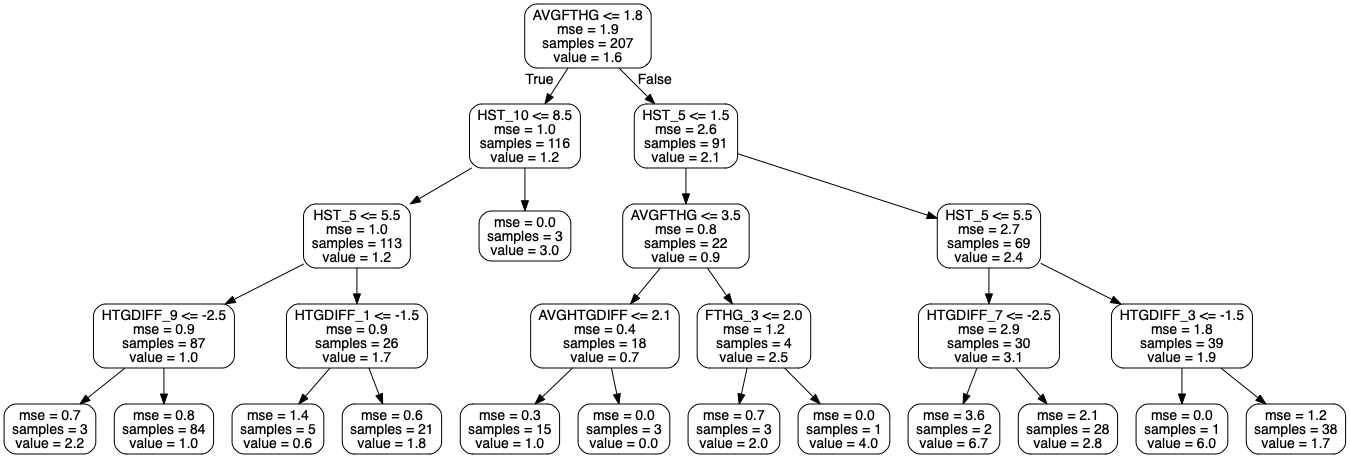
Before: small_tree_home.png, a diagram exported from Graphviz (nichohelmut/bookie). Its source is kept beside it as small_tree_home.dot.
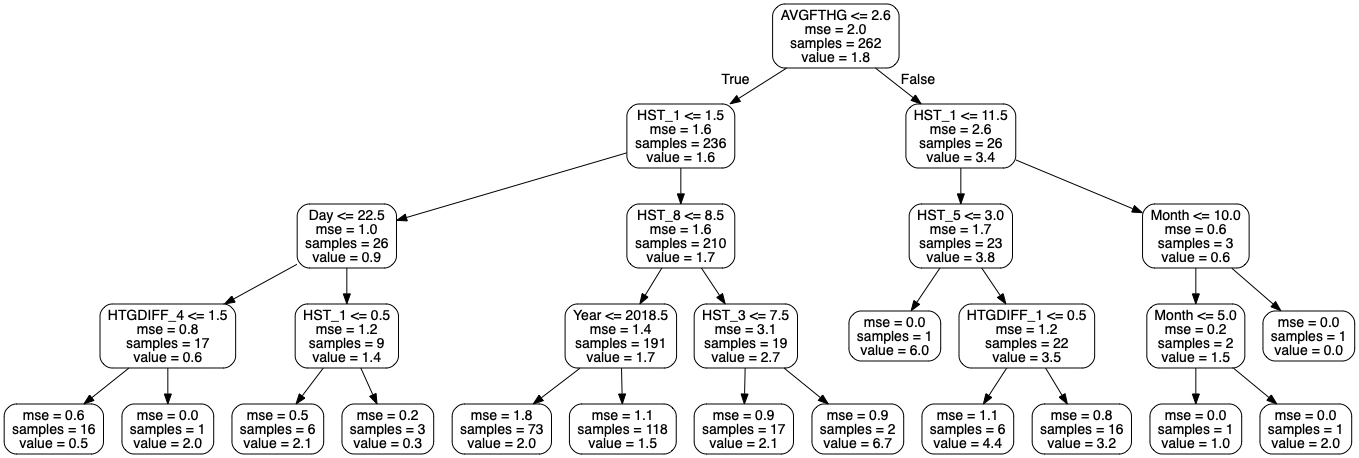
The same diagram one commit later.

The edit, as a diff of the source:
```diff
@@ -1,53 +1,57 @@
 digraph Tree {
 node [shape=box, style="rounded", color="black", fontname=helvetica] ;
 edge [fontname=helvetica] ;
-0 [label="AVGFTHG <= 1.8\nmse = 1.9\nsamples = 207\nvalue = 1.6"] ;
-1 [label="HST_10 <= 8.5\nmse = 1.0\nsamples = 116\nvalue = 1.2"] ;
+0 [label="AVGFTHG <= 2.6\nmse = 2.0\nsamples = 262\nvalue = 1.8"] ;
+1 [label="HST_1 <= 1.5\nmse = 1.6\nsamples = 236\nvalue = 1.6"] ;
 0 -> 1 [labeldistance=2.5, labelangle=45, headlabel="True"] ;
-2 [label="HST_5 <= 5.5\nmse = 1.0\nsamples = 113\nvalue = 1.2"] ;
+2 [label="Day <= 22.5\nmse = 1.0\nsamples = 26\nvalue = 0.9"] ;
 1 -> 2 ;
-3 [label="HTGDIFF_9 <= -2.5\nmse = 0.9\nsamples = 87\nvalue = 1.0"] ;
+3 [label="HTGDIFF_4 <= 1.5\nmse = 0.8\nsamples = 17\nvalue = 0.6"] ;
 2 -> 3 ;
-4 [label="mse = 0.7\nsamples = 3\nvalue = 2.2"] ;
+4 [label="mse = 0.6\nsamples = 16\nvalue = 0.5"] ;
 3 -> 4 ;
-5 [label="mse = 0.8\nsamples = 84\nvalue = 1.0"] ;
+5 [label="mse = 0.0\nsamples = 1\nvalue = 2.0"] ;
 3 -> 5 ;
-6 [label="HTGDIFF_1 <= -1.5\nmse = 0.9\nsamples = 26\nvalue = 1.7"] ;
+6 [label="HST_1 <= 0.5\nmse = 1.2\nsamples = 9\nvalue = 1.4"] ;
 2 -> 6 ;
-7 [label="mse = 1.4\nsamples = 5\nvalue = 0.6"] ;
+7 [label="mse = 0.5\nsamples = 6\nvalue = 2.1"] ;
 6 -> 7 ;
-8 [label="mse = 0.6\nsamples = 21\nvalue = 1.8"] ;
+8 [label="mse = 0.2\nsamples = 3\nvalue = 0.3"] ;
 6 -> 8 ;
-9 [label="mse = 0.0\nsamples = 3\nvalue = 3.0"] ;
+9 [label="HST_8 <= 8.5\nmse = 1.6\nsamples = 210\nvalue = 1.7"] ;
 1 -> 9 ;
-10 [label="HST_5 <= 1.5\nmse = 2.6\nsamples = 91\nvalue = 2.1"] ;
-0 -> 10 [labeldistance=2.5, labelangle=-45, headlabel="False"] ;
-11 [label="AVGFTHG <= 3.5\nmse = 0.8\nsamples = 22\nvalue = 0.9"] ;
+10 [label="Year <= 2018.5\nmse = 1.4\nsamples = 191\nvalue = 1.7"] ;
+9 -> 10 ;
+11 [label="mse = 1.8\nsamples = 73\nvalue = 2.0"] ;
 10 -> 11 ;
-12 [label="AVGHTGDIFF <= 2.1\nmse = 0.4\nsamples = 18\nvalue = 0.7"] ;
-11 -> 12 ;
-13 [label="mse = 0.3\nsamples = 15\nvalue = 1.0"] ;
-12 -> 13 ;
-14 [label="mse = 0.0\nsamples = 3\nvalue = 0.0"] ;
-12 -> 14 ;
-15 [label="FTHG_3 <= 2.0\nmse = 1.2\nsamples = 4\nvalue = 2.5"] ;
-11 -> 15 ;
-16 [label="mse = 0.7\nsamples = 3\nvalue = 2.0"] ;
-15 -> 16 ;
-17 [label="mse = 0.0\nsamples = 1\nvalue = 4.0"] ;
-15 -> 17 ;
-18 [label="HST_5 <= 5.5\nmse = 2.7\nsamples = 69\nvalue = 2.4"] ;
-10 -> 18 ;
-19 [label="HTGDIFF_7 <= -2.5\nmse = 2.9\nsamples = 30\nvalue = 3.1"] ;
-18 -> 19 ;
-20 [label="mse = 3.6\nsamples = 2\nvalue = 6.7"] ;
+12 [label="mse = 1.1\nsamples = 118\nvalue = 1.5"] ;
+10 -> 12 ;
+13 [label="HST_3 <= 7.5\nmse = 3.1\nsamples = 19\nvalue = 2.7"] ;
+9 -> 13 ;
+14 [label="mse = 0.9\nsamples = 17\nvalue = 2.1"] ;
+13 -> 14 ;
+15 [label="mse = 0.9\nsamples = 2\nvalue = 6.7"] ;
+13 -> 15 ;
+16 [label="HST_1 <= 11.5\nmse = 2.6\nsamples = 26\nvalue = 3.4"] ;
+0 -> 16 [labeldistance=2.5, labelangle=-45, headlabel="False"] ;
+17 [label="HST_5 <= 3.0\nmse = 1.7\nsamples = 23\nvalue = 3.8"] ;
+16 -> 17 ;
+18 [label="mse = 0.0\nsamples = 1\nvalue = 6.0"] ;
+17 -> 18 ;
+19 [label="HTGDIFF_1 <= 0.5\nmse = 1.2\nsamples = 22\nvalue = 3.5"] ;
+17 -> 19 ;
+20 [label="mse = 1.1\nsamples = 6\nvalue = 4.4"] ;
 19 -> 20 ;
-21 [label="mse = 2.1\nsamples = 28\nvalue = 2.8"] ;
+21 [label="mse = 0.8\nsamples = 16\nvalue = 3.2"] ;
 19 -> 21 ;
-22 [label="HTGDIFF_3 <= -1.5\nmse = 1.8\nsamples = 39\nvalue = 1.9"] ;
-18 -> 22 ;
-23 [label="mse = 0.0\nsamples = 1\nvalue = 6.0"] ;
+22 [label="Month <= 10.0\nmse = 0.6\nsamples = 3\nvalue = 0.6"] ;
+16 -> 22 ;
+23 [label="Month <= 5.0\nmse = 0.2\nsamples = 2\nvalue = 1.5"] ;
 22 -> 23 ;
-24 [label="mse = 1.2\nsamples = 38\nvalue = 1.7"] ;
-22 -> 24 ;
+24 [label="mse = 0.0\nsamples = 1\nvalue = 1.0"] ;
+23 -> 24 ;
+25 [label="mse = 0.0\nsamples = 1\nvalue = 2.0"] ;
+23 -> 25 ;
+26 [label="mse = 0.0\nsamples = 1\nvalue = 0.0"] ;
+22 -> 26 ;
 }
```
